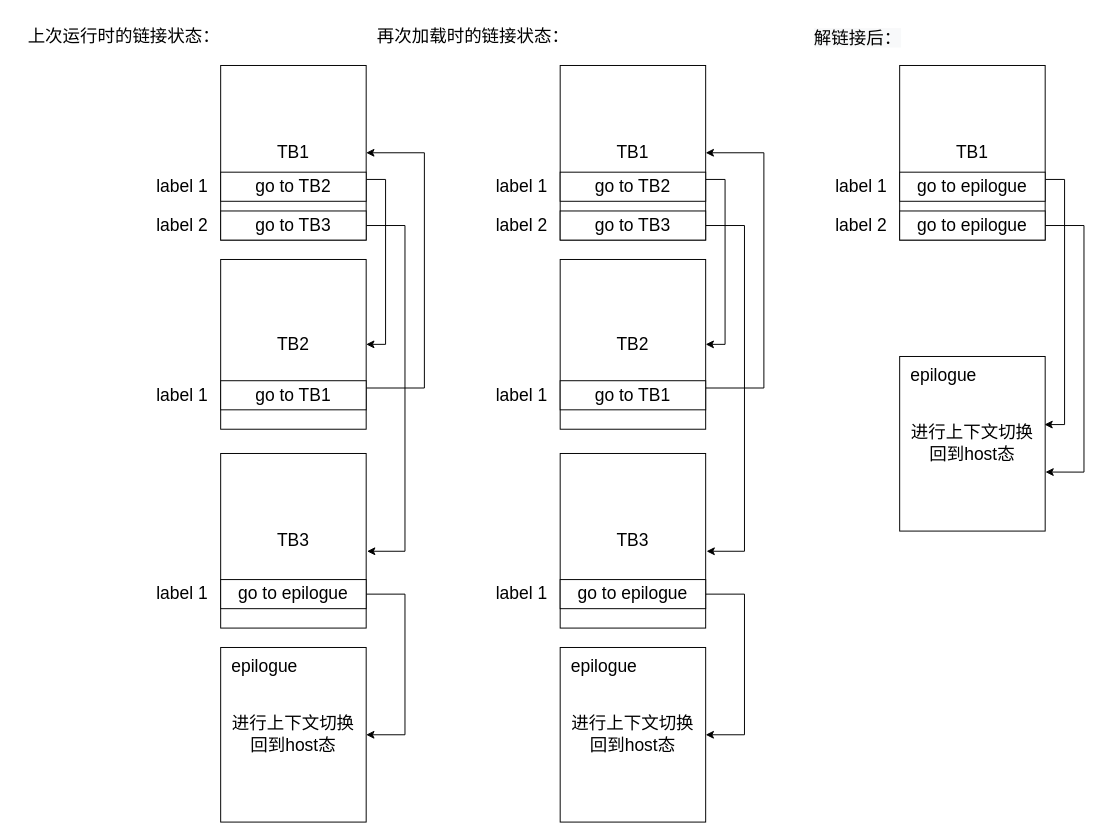
ganjue66da/ganjue66da keeps this draw.io diagram as page "第 14 页" (14 of 14) of lajit.drawio. Above is the earlier version. Source tidied: cells renumbered, new cells numbered last; positions are measured from the earlier drawing's top-left corner, leaving out a move shared by most shapes. Both pictures are drawn from the tidied source at 97%, with x=0, y=0 at pixel (16, 16).
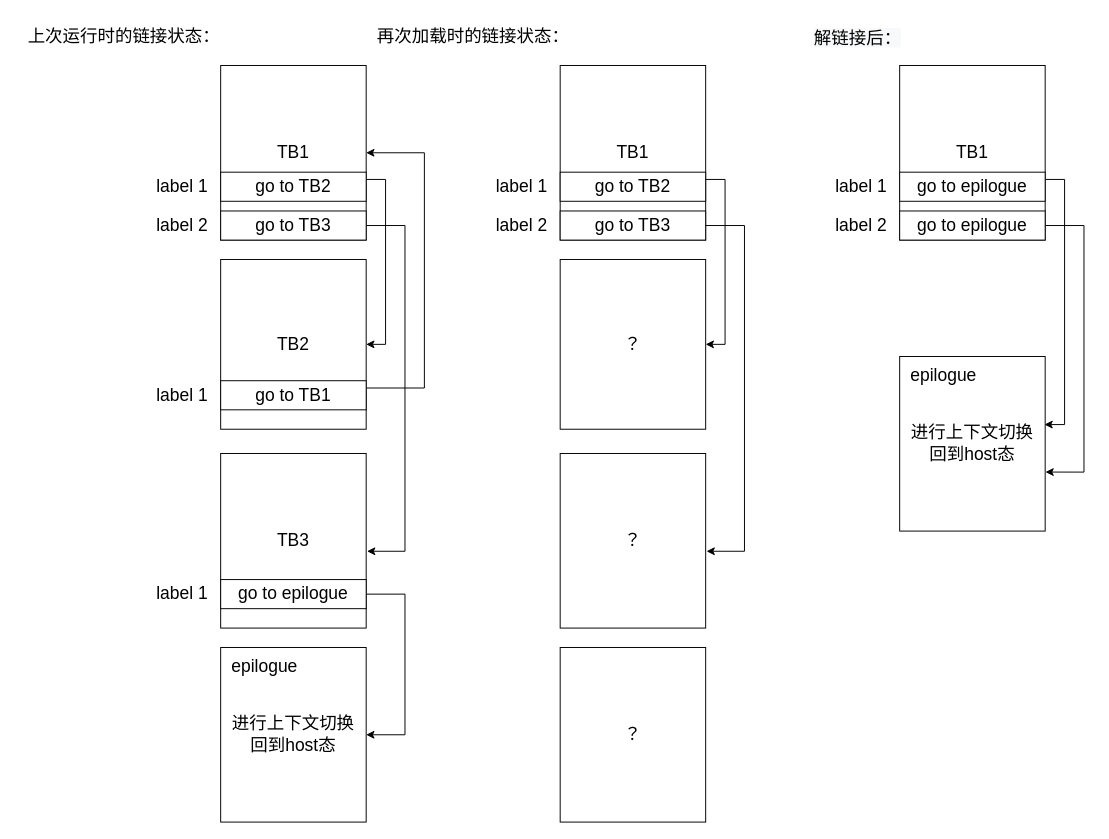
The same diagram, later.

The change refers to these unchanged cells:
```xml
<mxCell id="22" value="TB1" style="rounded=0;whiteSpace=wrap;html=1;fontSize=18;fillColor=#FFFFFF;" parent="1" vertex="1">
  <mxGeometry x="560" y="50" width="150" height="180" as="geometry" />
</mxCell>
```

What changed in the source:
```diff
@@
-    <mxCell id="29" value="TB2" style="rounded=0;whiteSpace=wrap;html=1;fontSize=18;fillColor=#FFFFFF;" parent="1" vertex="1">
+    <mxCell id="29" value="？" style="rounded=0;whiteSpace=wrap;html=1;fontSize=18;fillColor=#FFFFFF;" parent="1" vertex="1">
       <mxGeometry x="560" y="250" width="150" height="175" as="geometry" />
     </mxCell>
-    <mxCell id="30" value="label 1" style="text;html=1;align=center;verticalAlign=middle;strokeColor=none;fillColor=none;fontSize=18;" parent="1" vertex="1">
-      <mxGeometry x="480" y="370" width="80" height="40" as="geometry" />
-    </mxCell>
-    <mxCell id="31" style="edgeStyle=orthogonalEdgeStyle;rounded=0;jettySize=auto;html=1;exitX=1;exitY=0.25;exitDx=0;exitDy=0;entryX=1;entryY=0.5;entryDx=0;entryDy=0;fontSize=18;" parent="1" edge="1" source="32" target="22">
-      <mxGeometry relative="1" as="geometry">
-        <Array as="points">
-          <mxPoint x="770" y="383" />
-          <mxPoint x="770" y="140" />
-        </Array>
-      </mxGeometry>
-    </mxCell>
-    <mxCell id="32" value="go to TB1" style="rounded=0;whiteSpace=wrap;html=1;fontSize=18;fillColor=#FFFFFF;" parent="1" vertex="1">
-      <mxGeometry x="560" y="375" width="150" height="30" as="geometry" />
-    </mxCell>
-    <mxCell id="33" value="TB3" style="rounded=0;whiteSpace=wrap;html=1;fontSize=18;fillColor=#FFFFFF;" parent="1" vertex="1">
+    <mxCell id="33" value="？" style="rounded=0;whiteSpace=wrap;html=1;fontSize=18;fillColor=#FFFFFF;" parent="1" vertex="1">
       <mxGeometry x="560" y="450" width="150" height="180" as="geometry" />
     </mxCell>
-    <mxCell id="34" style="edgeStyle=orthogonalEdgeStyle;rounded=0;jettySize=auto;html=1;exitX=1;exitY=0.5;exitDx=0;exitDy=0;entryX=1;entryY=0.5;entryDx=0;entryDy=0;fontSize=18;" parent="1" edge="1" source="35" target="37">
-      <mxGeometry relative="1" as="geometry">
-        <Array as="points">
-          <mxPoint x="750" y="595" />
-          <mxPoint x="750" y="740" />
-        </Array>
-      </mxGeometry>
-    </mxCell>
-    <mxCell id="35" value="go to&amp;nbsp;epilogue" style="rounded=0;whiteSpace=wrap;html=1;fontSize=18;fillColor=#FFFFFF;" parent="1" vertex="1">
-      <mxGeometry x="560" y="580" width="150" height="30" as="geometry" />
-    </mxCell>
-    <mxCell id="36" value="label 1" style="text;html=1;align=center;verticalAlign=middle;strokeColor=none;fillColor=none;fontSize=18;" parent="1" vertex="1">
-      <mxGeometry x="480" y="575" width="80" height="40" as="geometry" />
-    </mxCell>
-    <mxCell id="37" value="进行上下文切换&lt;br&gt;回到host态" style="rounded=0;whiteSpace=wrap;html=1;fontSize=18;fillColor=#FFFFFF;" parent="1" vertex="1">
+    <mxCell id="37" value="？" style="rounded=0;whiteSpace=wrap;html=1;fontSize=18;fillColor=#FFFFFF;" parent="1" vertex="1">
       <mxGeometry x="560" y="650" width="150" height="180" as="geometry" />
     </mxCell>
-    <mxCell id="38" value="&lt;span style=&quot;&quot;&gt;epilogue&lt;/span&gt;" style="text;html=1;align=center;verticalAlign=middle;strokeColor=none;fillColor=none;fontSize=18;" parent="1" vertex="1">
-      <mxGeometry x="560" y="650" width="90" height="40" as="geometry" />
-    </mxCell>
```
